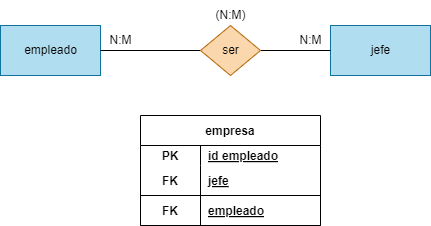
Earlier version of the draw.io export BAE/Tareas/Unidad2/Images/Ejercicio15.drawio.png (ResetMeNow/DAW). Source tidied: cells renumbered, new cells last; positions are measured from the earlier drawing's top-left corner, leaving out a move shared by most shapes.
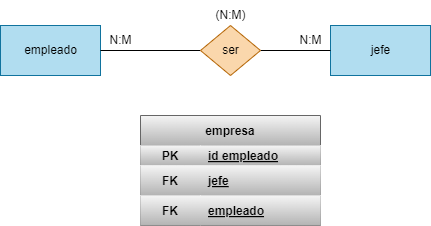
After the change.

What changed in the source:
```diff
@@ -2,34 +2,34 @@
   <root>
     <mxCell id="0" />
     <mxCell id="1" parent="0" />
-    <mxCell id="2" value="empresa" style="shape=table;startSize=30;rowLines=0;fontStyle=1;align=center;" parent="1" vertex="1">
+    <mxCell id="2" value="empresa" style="shape=table;startSize=30;rowLines=0;fontStyle=1;align=center;fillColor=#f5f5f5;gradientColor=#b3b3b3;strokeColor=#666666;" parent="1" vertex="1">
       <mxGeometry x="140" y="115" width="180" height="110" as="geometry" />
     </mxCell>
-    <mxCell id="3" style="shape=tableRow;horizontal=0;startSize=0;swimlaneHead=0;swimlaneBody=0;fillColor=none;top=0;left=0;right=0;bottom=0;" parent="2" vertex="1">
+    <mxCell id="3" style="shape=tableRow;horizontal=0;startSize=0;swimlaneHead=0;swimlaneBody=0;fillColor=#f5f5f5;top=0;left=0;right=0;bottom=0;gradientColor=#b3b3b3;strokeColor=#666666;" parent="2" vertex="1">
       <mxGeometry y="30" width="180" height="20" as="geometry" />
     </mxCell>
-    <mxCell id="4" value="PK" style="shape=partialRectangle;fillColor=none;top=0;left=0;bottom=0;right=0;fontStyle=1;overflow=hidden;" parent="3" vertex="1">
+    <mxCell id="4" value="PK" style="shape=partialRectangle;fillColor=#f5f5f5;top=0;left=0;bottom=0;right=0;fontStyle=1;overflow=hidden;gradientColor=#b3b3b3;strokeColor=#666666;" parent="3" vertex="1">
       <mxGeometry width="60" height="20" as="geometry" />
     </mxCell>
-    <mxCell id="5" value="id empleado" style="shape=partialRectangle;fillColor=none;top=0;left=0;bottom=0;right=0;align=left;spacingLeft=6;fontStyle=5;overflow=hidden;" parent="3" vertex="1">
+    <mxCell id="5" value="id empleado" style="shape=partialRectangle;fillColor=#f5f5f5;top=0;left=0;bottom=0;right=0;align=left;spacingLeft=6;fontStyle=5;overflow=hidden;gradientColor=#b3b3b3;strokeColor=#666666;" parent="3" vertex="1">
       <mxGeometry x="60" width="120" height="20" as="geometry" />
     </mxCell>
-    <mxCell id="6" style="shape=tableRow;horizontal=0;startSize=0;swimlaneHead=0;swimlaneBody=0;fillColor=none;top=0;left=0;right=0;bottom=1;" parent="2" vertex="1">
+    <mxCell id="6" style="shape=tableRow;horizontal=0;startSize=0;swimlaneHead=0;swimlaneBody=0;fillColor=#f5f5f5;top=0;left=0;right=0;bottom=1;gradientColor=#b3b3b3;strokeColor=#666666;" parent="2" vertex="1">
       <mxGeometry y="50" width="180" height="30" as="geometry" />
     </mxCell>
-    <mxCell id="7" value="FK" style="shape=partialRectangle;fillColor=none;top=0;left=0;bottom=0;right=0;fontStyle=1;overflow=hidden;" parent="6" vertex="1">
+    <mxCell id="7" value="FK" style="shape=partialRectangle;fillColor=#f5f5f5;top=0;left=0;bottom=0;right=0;fontStyle=1;overflow=hidden;gradientColor=#b3b3b3;strokeColor=#666666;" parent="6" vertex="1">
       <mxGeometry width="60" height="30" as="geometry" />
     </mxCell>
-    <mxCell id="8" value="jefe" style="shape=partialRectangle;fillColor=none;top=0;left=0;bottom=0;right=0;align=left;spacingLeft=6;fontStyle=5;overflow=hidden;" parent="6" vertex="1">
+    <mxCell id="8" value="jefe" style="shape=partialRectangle;fillColor=#f5f5f5;top=0;left=0;bottom=0;right=0;align=left;spacingLeft=6;fontStyle=5;overflow=hidden;gradientColor=#b3b3b3;strokeColor=#666666;" parent="6" vertex="1">
       <mxGeometry x="60" width="120" height="30" as="geometry" />
     </mxCell>
-    <mxCell id="9" style="shape=tableRow;horizontal=0;startSize=0;swimlaneHead=0;swimlaneBody=0;fillColor=none;top=0;left=0;right=0;bottom=1;" parent="2" vertex="1">
+    <mxCell id="9" style="shape=tableRow;horizontal=0;startSize=0;swimlaneHead=0;swimlaneBody=0;fillColor=#f5f5f5;top=0;left=0;right=0;bottom=1;gradientColor=#b3b3b3;strokeColor=#666666;" parent="2" vertex="1">
       <mxGeometry y="80" width="180" height="30" as="geometry" />
     </mxCell>
-    <mxCell id="10" value="FK" style="shape=partialRectangle;fillColor=none;top=0;left=0;bottom=0;right=0;fontStyle=1;overflow=hidden;" parent="9" vertex="1">
+    <mxCell id="10" value="FK" style="shape=partialRectangle;fillColor=#f5f5f5;top=0;left=0;bottom=0;right=0;fontStyle=1;overflow=hidden;gradientColor=#b3b3b3;strokeColor=#666666;" parent="9" vertex="1">
       <mxGeometry width="60" height="30" as="geometry" />
     </mxCell>
-    <mxCell id="11" value="empleado" style="shape=partialRectangle;fillColor=none;top=0;left=0;bottom=0;right=0;align=left;spacingLeft=6;fontStyle=5;overflow=hidden;" parent="9" vertex="1">
+    <mxCell id="11" value="empleado" style="shape=partialRectangle;fillColor=#f5f5f5;top=0;left=0;bottom=0;right=0;align=left;spacingLeft=6;fontStyle=5;overflow=hidden;gradientColor=#b3b3b3;strokeColor=#666666;" parent="9" vertex="1">
       <mxGeometry x="60" width="120" height="30" as="geometry" />
     </mxCell>
     <mxCell id="12" value="empleado" style="html=1;dashed=0;whitespace=wrap;fillColor=#b1ddf0;strokeColor=#10739e;" parent="1" vertex="1">
```
